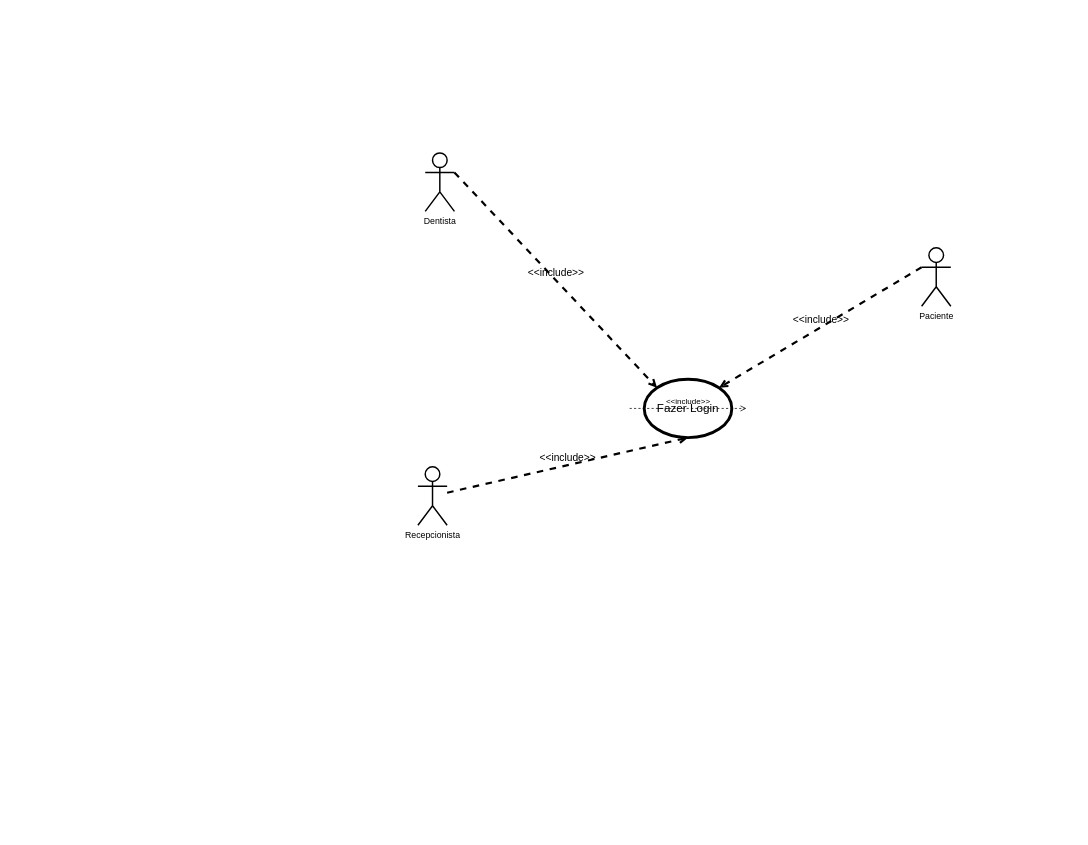
Earlier version of the draw.io diagram Diagrama sem nome.drawio (diegosmp/aulareact). Source tidied: cells renumbered, new cells numbered last; positions are measured from the earlier drawing's top-left corner, leaving out a move shared by most shapes. Both pictures are drawn from the tidied source at 73%, with x=0, y=0 at pixel (418, 153).
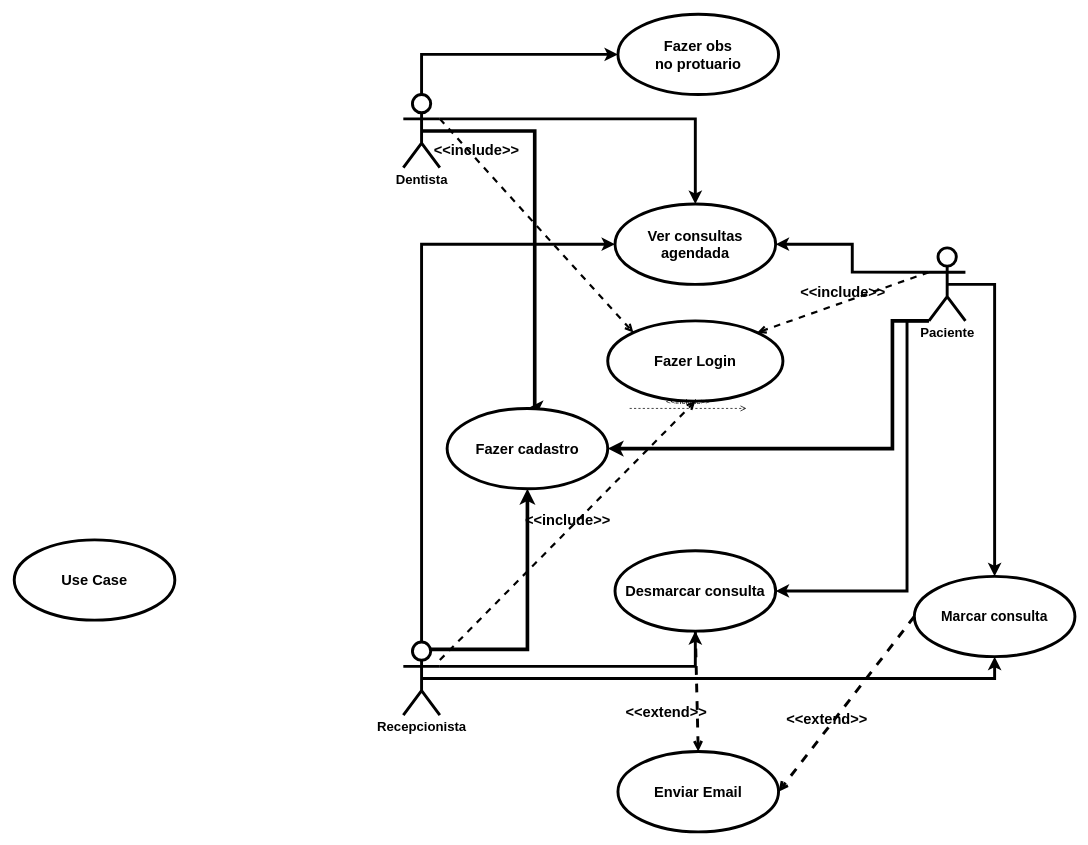
After the change.

Commit message:
casos-de-uso

The edit, as a diff of the source:
```diff
@@
+    <mxCell id="10" style="edgeStyle=orthogonalEdgeStyle;rounded=0;jettySize=auto;html=1;exitX=0.5;exitY=0.5;exitDx=0;exitDy=0;exitPerimeter=0;entryX=0.5;entryY=0;entryDx=0;entryDy=0;spacing=3;strokeWidth=4;" parent="1" edge="1" source="2" target="21">
+      <mxGeometry relative="1" as="geometry">
+        <Array as="points">
+          <mxPoint x="790" y="180" />
+        </Array>
+      </mxGeometry>
+    </mxCell>
+    <mxCell id="11" style="edgeStyle=orthogonalEdgeStyle;rounded=0;jettySize=auto;html=1;exitX=0;exitY=1;exitDx=0;exitDy=0;exitPerimeter=0;entryX=1;entryY=0.5;entryDx=0;entryDy=0;strokeWidth=4;" parent="1" edge="1" source="2" target="22">
+      <mxGeometry relative="1" as="geometry">
+        <Array as="points">
+          <mxPoint x="670" y="230" />
+          <mxPoint x="670" y="600" />
+        </Array>
+      </mxGeometry>
+    </mxCell>
+    <mxCell id="12" style="edgeStyle=orthogonalEdgeStyle;rounded=0;jettySize=auto;html=1;exitX=0;exitY=0.3333333333333333;exitDx=0;exitDy=0;exitPerimeter=0;entryX=1;entryY=0.5;entryDx=0;entryDy=0;strokeWidth=4;" parent="1" edge="1" source="2" target="23">
+      <mxGeometry relative="1" as="geometry" />
+    </mxCell>
+    <mxCell id="13" style="edgeStyle=orthogonalEdgeStyle;rounded=0;jettySize=auto;html=1;exitX=0;exitY=1;exitDx=0;exitDy=0;exitPerimeter=0;entryX=1;entryY=0.5;entryDx=0;entryDy=0;strokeWidth=5;" parent="1" edge="1" source="2" target="26">
+      <mxGeometry relative="1" as="geometry">
+        <Array as="points">
+          <mxPoint x="650" y="230" />
+          <mxPoint x="650" y="405" />
+        </Array>
+      </mxGeometry>
+    </mxCell>
-    <mxCell id="2" value="Paciente" style="shape=umlActor;verticalLabelPosition=bottom;verticalAlign=top;html=1;outlineConnect=0;strokeWidth=2;" parent="1" vertex="1">
-      <mxGeometry x="690" y="130" width="40" height="80" as="geometry" />
+    <mxCell id="2" value="Paciente" style="shape=umlActor;verticalLabelPosition=bottom;verticalAlign=top;html=1;outlineConnect=0;strokeWidth=4;fontSize=18;fontStyle=1;" parent="1" vertex="1">
+      <mxGeometry x="700" y="130" width="50" height="100" as="geometry" />
     </mxCell>
+    <mxCell id="14" style="edgeStyle=orthogonalEdgeStyle;rounded=0;jettySize=auto;html=1;exitX=1;exitY=0.3333333333333333;exitDx=0;exitDy=0;exitPerimeter=0;entryX=0.5;entryY=0;entryDx=0;entryDy=0;strokeWidth=4;" parent="1" edge="1" source="3" target="23">
+      <mxGeometry relative="1" as="geometry" />
+    </mxCell>
+    <mxCell id="15" style="edgeStyle=orthogonalEdgeStyle;rounded=0;jettySize=auto;html=1;exitX=0.5;exitY=0;exitDx=0;exitDy=0;exitPerimeter=0;entryX=0;entryY=0.5;entryDx=0;entryDy=0;strokeWidth=4;" parent="1" edge="1" source="3" target="24">
+      <mxGeometry relative="1" as="geometry" />
+    </mxCell>
+    <mxCell id="16" style="edgeStyle=orthogonalEdgeStyle;rounded=0;jettySize=auto;html=1;exitX=0.5;exitY=0.5;exitDx=0;exitDy=0;exitPerimeter=0;entryX=0.5;entryY=0;entryDx=0;entryDy=0;strokeWidth=5;" parent="1" edge="1" source="3" target="26">
+      <mxGeometry relative="1" as="geometry">
+        <Array as="points">
+          <mxPoint x="160" y="-30" />
+          <mxPoint x="160" y="350" />
+        </Array>
+      </mxGeometry>
+    </mxCell>
-    <mxCell id="3" value="Dentista" style="shape=umlActor;verticalLabelPosition=bottom;verticalAlign=top;html=1;outlineConnect=0;strokeWidth=2;" parent="1" vertex="1">
-      <mxGeometry x="10" width="40" height="80" as="geometry" />
+    <mxCell id="3" value="Dentista" style="shape=umlActor;verticalLabelPosition=bottom;verticalAlign=top;html=1;outlineConnect=0;strokeWidth=4;fontSize=18;fontStyle=1;" parent="1" vertex="1">
+      <mxGeometry x="-20" y="-80" width="50" height="100" as="geometry" />
     </mxCell>
+    <mxCell id="17" style="edgeStyle=orthogonalEdgeStyle;rounded=0;jettySize=auto;html=1;exitX=0.5;exitY=0.5;exitDx=0;exitDy=0;exitPerimeter=0;entryX=0.5;entryY=1;entryDx=0;entryDy=0;spacing=3;strokeWidth=4;" parent="1" edge="1" source="4" target="21">
+      <mxGeometry relative="1" as="geometry" />
+    </mxCell>
+    <mxCell id="18" style="edgeStyle=orthogonalEdgeStyle;rounded=0;jettySize=auto;html=1;exitX=1;exitY=0.3333333333333333;exitDx=0;exitDy=0;exitPerimeter=0;entryX=0.5;entryY=1;entryDx=0;entryDy=0;strokeWidth=4;" parent="1" edge="1" source="4" target="22">
+      <mxGeometry relative="1" as="geometry" />
+    </mxCell>
+    <mxCell id="19" style="edgeStyle=orthogonalEdgeStyle;rounded=0;jettySize=auto;html=1;exitX=0.5;exitY=0;exitDx=0;exitDy=0;exitPerimeter=0;entryX=0;entryY=0.5;entryDx=0;entryDy=0;strokeWidth=4;" parent="1" edge="1" source="4" target="23">
+      <mxGeometry relative="1" as="geometry" />
+    </mxCell>
+    <mxCell id="20" style="edgeStyle=orthogonalEdgeStyle;rounded=0;jettySize=auto;html=1;exitX=0.75;exitY=0.1;exitDx=0;exitDy=0;exitPerimeter=0;entryX=0.5;entryY=1;entryDx=0;entryDy=0;strokeWidth=5;" parent="1" edge="1" source="4" target="26">
+      <mxGeometry relative="1" as="geometry" />
+    </mxCell>
-    <mxCell id="4" value="Recepcionista" style="shape=umlActor;verticalLabelPosition=bottom;verticalAlign=top;html=1;outlineConnect=0;strokeWidth=2;" parent="1" vertex="1">
-      <mxGeometry y="430" width="40" height="80" as="geometry" />
+    <mxCell id="4" value="Recepcionista" style="shape=umlActor;verticalLabelPosition=bottom;verticalAlign=top;html=1;outlineConnect=0;strokeWidth=4;fontSize=18;fontStyle=1;" parent="1" vertex="1">
+      <mxGeometry x="-20" y="670" width="50" height="100" as="geometry" />
     </mxCell>
-    <mxCell id="5" value="&lt;font style=&quot;font-size: 16px;&quot;&gt;Fazer Login&lt;/font&gt;" style="ellipse;whiteSpace=wrap;html=1;strokeWidth=4;" parent="1" vertex="1">
-      <mxGeometry x="310" y="310" width="120" height="80" as="geometry" />
+    <mxCell id="5" value="&lt;font style=&quot;font-size: 20px;&quot;&gt;Fazer Login&lt;/font&gt;" style="ellipse;whiteSpace=wrap;html=1;strokeWidth=4;fontSize=20;fontStyle=1;" parent="1" vertex="1">
+      <mxGeometry x="260" y="230" width="240" height="110" as="geometry" />
     </mxCell>
@@
-    <mxCell id="7" value="&lt;font style=&quot;font-size: 14px;&quot;&gt;&amp;lt;&amp;lt;include&amp;gt;&amp;gt;&lt;/font&gt;" style="html=1;verticalAlign=bottom;labelBackgroundColor=none;endArrow=open;endFill=0;dashed=1;rounded=0;entryX=0.5;entryY=1;entryDx=0;entryDy=0;strokeWidth=3;" parent="1" edge="1" source="4" target="5">
+    <mxCell id="7" value="&lt;font style=&quot;font-size: 20px;&quot;&gt;&amp;lt;&amp;lt;include&amp;gt;&amp;gt;&lt;/font&gt;" style="html=1;verticalAlign=bottom;labelBackgroundColor=none;endArrow=open;endFill=0;dashed=1;rounded=0;entryX=0.5;entryY=1;entryDx=0;entryDy=0;strokeWidth=3;fontSize=20;fontStyle=1;" parent="1" edge="1" source="4" target="5">
       <mxGeometry relative="1" as="geometry" />
     </mxCell>
-    <mxCell id="8" value="&lt;font style=&quot;font-size: 14px;&quot;&gt;&amp;lt;&amp;lt;include&amp;gt;&amp;gt;&lt;/font&gt;" style="html=1;verticalAlign=bottom;labelBackgroundColor=none;endArrow=open;endFill=0;dashed=1;rounded=0;entryX=0;entryY=0;entryDx=0;entryDy=0;exitX=1;exitY=0.3333333333333333;exitDx=0;exitDy=0;exitPerimeter=0;strokeWidth=3;" parent="1" edge="1" source="3" target="5">
-      <mxGeometry relative="1" as="geometry" />
+    <mxCell id="8" value="&lt;font style=&quot;font-size: 20px;&quot;&gt;&amp;lt;&amp;lt;include&amp;gt;&amp;gt;&lt;/font&gt;" style="html=1;verticalAlign=bottom;labelBackgroundColor=none;endArrow=open;endFill=0;dashed=1;rounded=0;entryX=0;entryY=0;entryDx=0;entryDy=0;exitX=1;exitY=0.3333333333333333;exitDx=0;exitDy=0;exitPerimeter=0;strokeWidth=3;fontSize=20;fontStyle=1;" parent="1" edge="1" source="3" target="5">
+      <mxGeometry x="-0.62" y="-1" relative="1" as="geometry" />
     </mxCell>
-    <mxCell id="9" value="&lt;font style=&quot;font-size: 14px;&quot;&gt;&amp;lt;&amp;lt;include&amp;gt;&amp;gt;&lt;/font&gt;" style="html=1;verticalAlign=bottom;labelBackgroundColor=none;endArrow=open;endFill=0;dashed=1;rounded=0;entryX=1;entryY=0;entryDx=0;entryDy=0;exitX=0;exitY=0.3333333333333333;exitDx=0;exitDy=0;exitPerimeter=0;strokeWidth=3;" parent="1" edge="1" source="2" target="5">
+    <mxCell id="9" value="&lt;font style=&quot;font-size: 20px;&quot;&gt;&amp;lt;&amp;lt;include&amp;gt;&amp;gt;&lt;/font&gt;" style="html=1;verticalAlign=bottom;labelBackgroundColor=none;endArrow=open;endFill=0;dashed=1;rounded=0;entryX=1;entryY=0;entryDx=0;entryDy=0;exitX=0;exitY=0.3333333333333333;exitDx=0;exitDy=0;exitPerimeter=0;strokeWidth=3;fontSize=20;fontStyle=1;" parent="1" edge="1" source="2" target="5">
       <mxGeometry relative="1" as="geometry" />
     </mxCell>
+    <mxCell id="21" value="&lt;font style=&quot;font-size: 19px;&quot;&gt;&lt;b&gt;Marcar consulta&lt;/b&gt;&lt;/font&gt;" style="ellipse;whiteSpace=wrap;html=1;strokeWidth=4;" parent="1" vertex="1">
+      <mxGeometry x="680" y="580" width="220" height="110" as="geometry" />
+    </mxCell>
+    <mxCell id="22" value="&lt;font style=&quot;font-size: 20px;&quot;&gt;Desmarcar consulta&lt;br style=&quot;font-size: 20px;&quot;&gt;&lt;/font&gt;" style="ellipse;whiteSpace=wrap;html=1;strokeWidth=4;fontSize=20;fontStyle=1;" parent="1" vertex="1">
+      <mxGeometry x="270" y="545" width="220" height="110" as="geometry" />
+    </mxCell>
+    <mxCell id="23" value="&lt;font style=&quot;font-size: 20px;&quot;&gt;Ver consultas agendada&lt;br style=&quot;font-size: 20px;&quot;&gt;&lt;/font&gt;" style="ellipse;whiteSpace=wrap;html=1;strokeWidth=4;fontSize=20;fontStyle=1;" parent="1" vertex="1">
+      <mxGeometry x="270" y="70" width="220" height="110" as="geometry" />
+    </mxCell>
+    <mxCell id="24" value="&lt;font style=&quot;font-size: 20px;&quot;&gt;Fazer obs &lt;br&gt;no protuario&lt;br style=&quot;font-size: 20px;&quot;&gt;&lt;/font&gt;" style="ellipse;whiteSpace=wrap;html=1;strokeWidth=4;fontSize=20;fontStyle=1;" parent="1" vertex="1">
+      <mxGeometry x="274" y="-190" width="220" height="110" as="geometry" />
+    </mxCell>
+    <mxCell id="25" value="&lt;font style=&quot;font-size: 20px;&quot;&gt;Use Case&lt;br style=&quot;font-size: 20px;&quot;&gt;&lt;/font&gt;" style="ellipse;whiteSpace=wrap;html=1;strokeWidth=4;fontSize=20;fontStyle=1;" parent="1" vertex="1">
+      <mxGeometry x="-553" y="530" width="220" height="110" as="geometry" />
+    </mxCell>
+    <mxCell id="26" value="&lt;font style=&quot;font-size: 20px;&quot;&gt;Fazer cadastro&lt;br style=&quot;font-size: 20px;&quot;&gt;&lt;/font&gt;" style="ellipse;whiteSpace=wrap;html=1;strokeWidth=4;fontSize=20;fontStyle=1;" parent="1" vertex="1">
+      <mxGeometry x="40" y="350" width="220" height="110" as="geometry" />
+    </mxCell>
+    <mxCell id="27" value="&lt;font style=&quot;font-size: 20px;&quot;&gt;Enviar Email&lt;br style=&quot;font-size: 20px;&quot;&gt;&lt;/font&gt;" style="ellipse;whiteSpace=wrap;html=1;strokeWidth=4;fontSize=20;fontStyle=1;" parent="1" vertex="1">
+      <mxGeometry x="274" y="820" width="220" height="110" as="geometry" />
+    </mxCell>
+    <mxCell id="28" value="&lt;font style=&quot;font-size: 20px;&quot;&gt;&amp;lt;&amp;lt;extend&amp;gt;&amp;gt;&lt;/font&gt;" style="html=1;verticalAlign=bottom;labelBackgroundColor=none;endArrow=open;endFill=0;dashed=1;rounded=0;strokeWidth=4;exitX=0;exitY=0.5;exitDx=0;exitDy=0;entryX=1;entryY=0.5;entryDx=0;entryDy=0;fontStyle=1;" parent="1" edge="1" source="21" target="27">
+      <mxGeometry x="0.29" relative="1" as="geometry" />
+    </mxCell>
+    <mxCell id="29" value="&amp;lt;&amp;lt;extend&amp;gt;&amp;gt;" style="html=1;verticalAlign=bottom;labelBackgroundColor=none;endArrow=open;endFill=0;dashed=1;rounded=0;fontSize=20;strokeWidth=4;exitX=0.5;exitY=1;exitDx=0;exitDy=0;entryX=0.5;entryY=0;entryDx=0;entryDy=0;fontStyle=1;" parent="1" edge="1" source="22" target="27">
+      <mxGeometry x="0.5" y="-43" relative="1" as="geometry" />
+    </mxCell>
```
